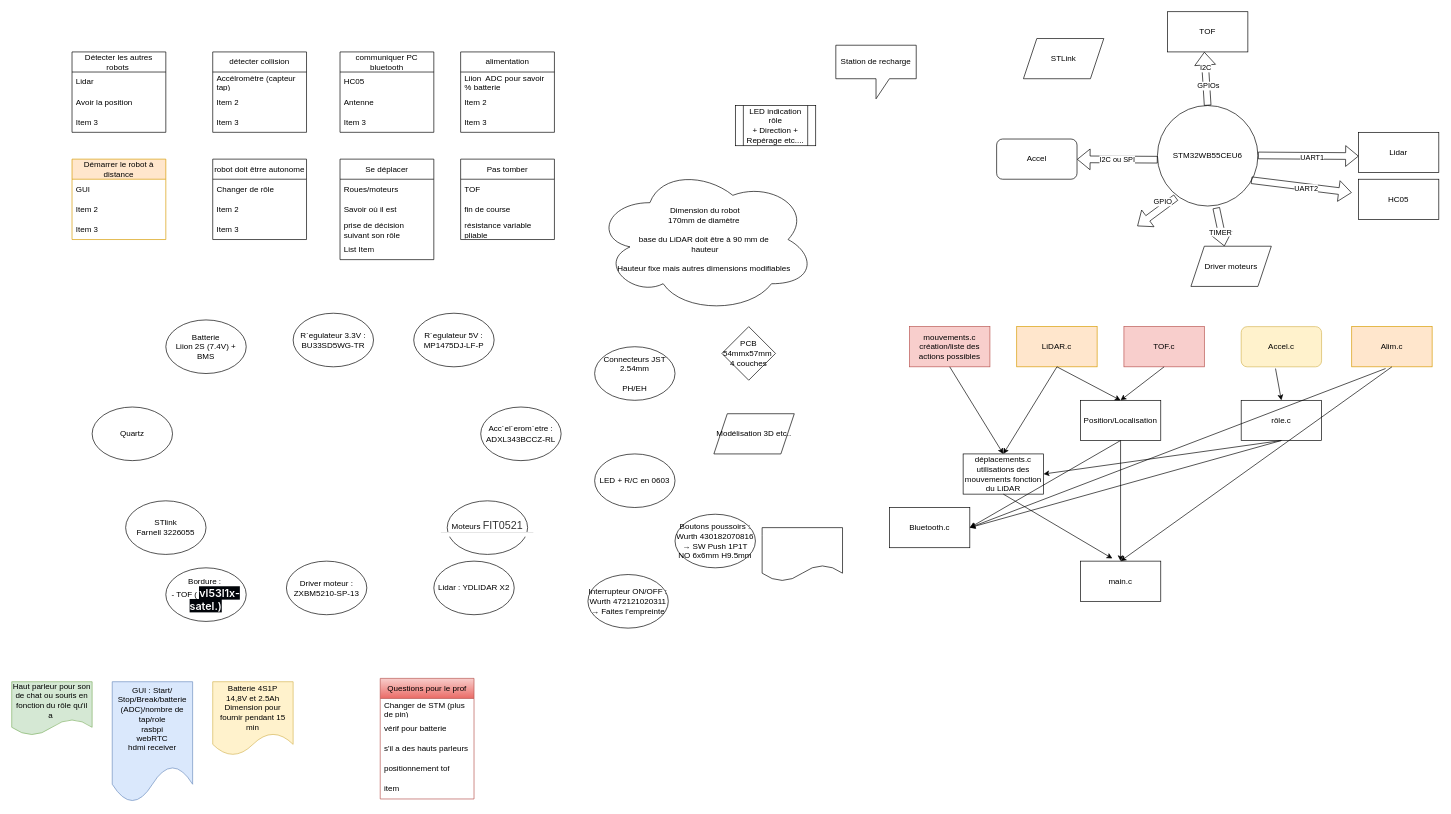
Earlier version of the draw.io diagram Gestion/projet ESE.drawio (FernandesVincent/Projet-ESE-chat-robot). Source tidied: cells renumbered, new cells numbered last; positions are measured from the earlier drawing's top-left corner, leaving out a move shared by most shapes. Both pictures are drawn from the tidied source at 67%, with x=0, y=0 at pixel (11, 11).
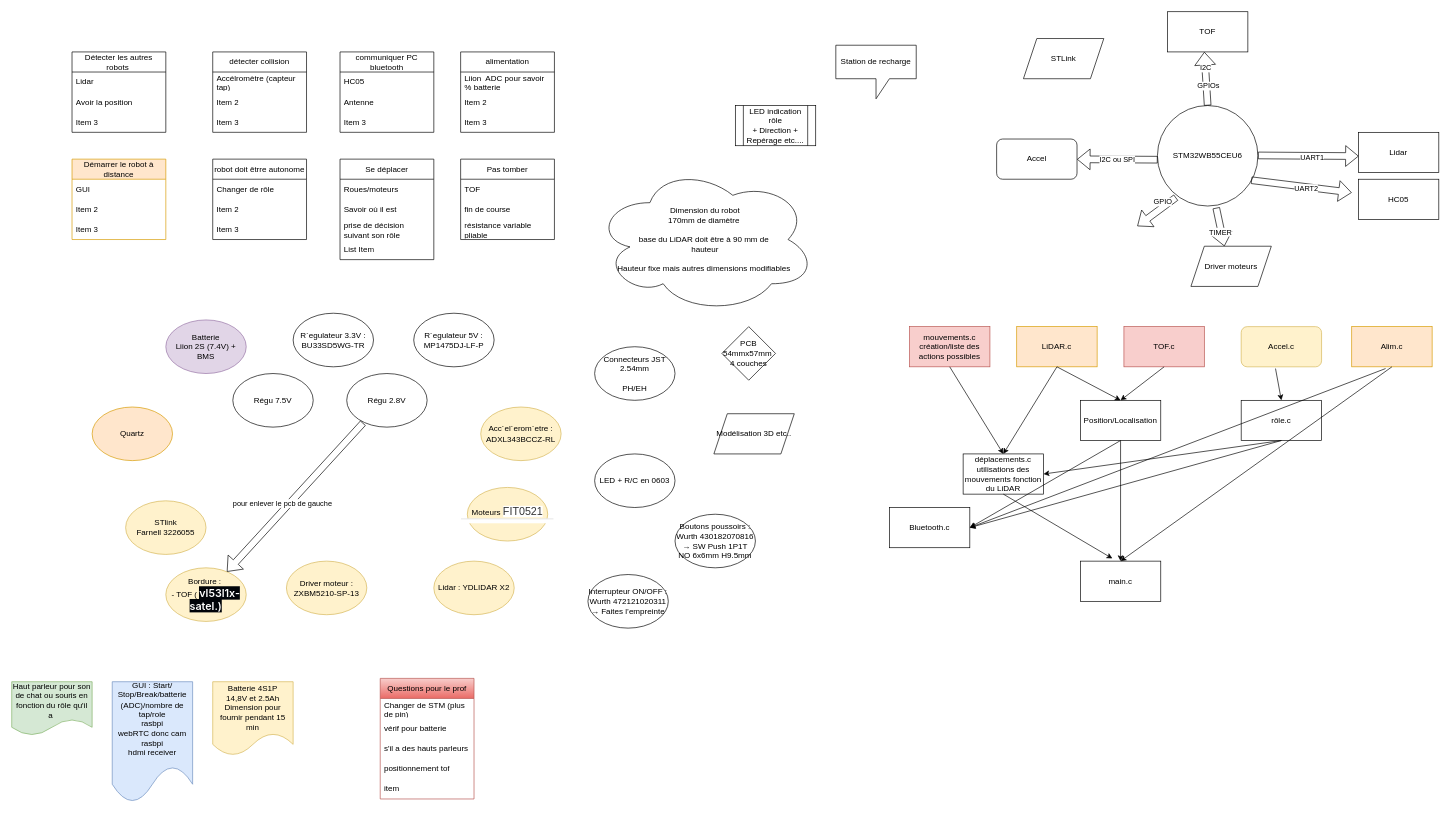
The same diagram, later.

Commit message:
Mettre à jour projet ESE.drawio

Change to the diagram source:
```diff
@@
-    <mxCell id="36" value="Quartz" style="ellipse;whiteSpace=wrap;html=1;" parent="1" vertex="1">
+    <mxCell id="36" value="Quartz" style="ellipse;whiteSpace=wrap;html=1;fillColor=#ffe6cc;strokeColor=#d79b00;" parent="1" vertex="1">
       <mxGeometry x="120" y="590" width="120" height="80" as="geometry" />
     </mxCell>
-    <mxCell id="37" value="STlink&lt;br&gt;Farnell 3226055" style="ellipse;whiteSpace=wrap;html=1;" parent="1" vertex="1">
+    <mxCell id="37" value="STlink&lt;br&gt;Farnell 3226055" style="ellipse;whiteSpace=wrap;html=1;fillColor=#fff2cc;strokeColor=#d6b656;" parent="1" vertex="1">
       <mxGeometry x="170" y="730" width="120" height="80" as="geometry" />
     </mxCell>
-    <mxCell id="38" value="Driver moteur : ZXBM5210-SP-13" style="ellipse;whiteSpace=wrap;html=1;" parent="1" vertex="1">
+    <mxCell id="38" value="Driver moteur : ZXBM5210-SP-13" style="ellipse;whiteSpace=wrap;html=1;fillColor=#fff2cc;strokeColor=#d6b656;" parent="1" vertex="1">
       <mxGeometry x="410" y="820" width="120" height="80" as="geometry" />
     </mxCell>
-    <mxCell id="39" value="Moteurs&amp;nbsp;&lt;span style=&quot;background-color: rgb(255, 255, 255); color: rgb(51, 51, 51); font-family: Arial, Helvetica, sans-serif; font-size: 16px; text-align: left;&quot;&gt;FIT0521&lt;/span&gt;&lt;h2 style=&quot;box-sizing: border-box; margin: 0px -16px; font-weight: 500; line-height: 1.5rem; font-size: 1rem; display: flex; flex-wrap: wrap; border-top: 1px solid rgb(217, 217, 217); padding-top: 3px; padding-bottom: 3px; color: rgb(51, 51, 51); font-family: Arial, Helvetica, sans-serif; text-align: left; background-color: rgb(255, 255, 255);&quot; class=&quot;row bs-border-top h2-to-div&quot;&gt;&lt;/h2&gt;" style="ellipse;whiteSpace=wrap;html=1;" parent="1" vertex="1">
-      <mxGeometry x="650" y="730" width="120" height="80" as="geometry" />
+    <mxCell id="39" value="Moteurs&amp;nbsp;&lt;span style=&quot;background-color: rgb(255, 255, 255); color: rgb(51, 51, 51); font-family: Arial, Helvetica, sans-serif; font-size: 16px; text-align: left;&quot;&gt;FIT0521&lt;/span&gt;&lt;h2 style=&quot;box-sizing: border-box; margin: 0px -16px; font-weight: 500; line-height: 1.5rem; font-size: 1rem; display: flex; flex-wrap: wrap; border-top: 1px solid rgb(217, 217, 217); padding-top: 3px; padding-bottom: 3px; color: rgb(51, 51, 51); font-family: Arial, Helvetica, sans-serif; text-align: left; background-color: rgb(255, 255, 255);&quot; class=&quot;row bs-border-top h2-to-div&quot;&gt;&lt;/h2&gt;" style="ellipse;whiteSpace=wrap;html=1;fillColor=#fff2cc;strokeColor=#d6b656;" parent="1" vertex="1">
+      <mxGeometry x="680" y="710" width="120" height="80" as="geometry" />
     </mxCell>
-    <mxCell id="40" value="Acc´el´erom`etre : ADXL343BCCZ-RL" style="ellipse;whiteSpace=wrap;html=1;" parent="1" vertex="1">
+    <mxCell id="40" value="Acc´el´erom`etre : ADXL343BCCZ-RL" style="ellipse;whiteSpace=wrap;html=1;fillColor=#fff2cc;strokeColor=#d6b656;" parent="1" vertex="1">
       <mxGeometry x="700" y="590" width="120" height="80" as="geometry" />
     </mxCell>
@@
-    <mxCell id="43" value="Batterie&lt;div&gt;Liion 2S (7.4V) + BMS&lt;/div&gt;" style="ellipse;whiteSpace=wrap;html=1;" parent="1" vertex="1">
+    <mxCell id="43" value="Batterie&lt;div&gt;Liion 2S (7.4V) + BMS&lt;/div&gt;" style="ellipse;whiteSpace=wrap;html=1;fillColor=#e1d5e7;strokeColor=#9673a6;" parent="1" vertex="1">
       <mxGeometry x="230" y="460" width="120" height="80" as="geometry" />
     </mxCell>
-    <mxCell id="44" value="Bordure :&amp;nbsp;&lt;div&gt;- TOF (&amp;nbsp;&lt;span style=&quot;background-color: rgb(1, 4, 9); color: rgb(255, 255, 255); font-family: -apple-system, &amp;quot;system-ui&amp;quot;, &amp;quot;Segoe UI&amp;quot;, &amp;quot;Noto Sans&amp;quot;, Helvetica, Arial, sans-serif, &amp;quot;Apple Color Emoji&amp;quot;, &amp;quot;Segoe UI Emoji&amp;quot;; font-size: 16px; font-weight: 600; text-align: start;&quot;&gt;vl53l1x-satel.)&lt;/span&gt;&lt;/div&gt;" style="ellipse;whiteSpace=wrap;html=1;" parent="1" vertex="1">
+    <mxCell id="44" value="Bordure :&amp;nbsp;&lt;div&gt;- TOF (&amp;nbsp;&lt;span style=&quot;background-color: rgb(1, 4, 9); color: rgb(255, 255, 255); font-family: -apple-system, &amp;quot;system-ui&amp;quot;, &amp;quot;Segoe UI&amp;quot;, &amp;quot;Noto Sans&amp;quot;, Helvetica, Arial, sans-serif, &amp;quot;Apple Color Emoji&amp;quot;, &amp;quot;Segoe UI Emoji&amp;quot;; font-size: 16px; font-weight: 600; text-align: start;&quot;&gt;vl53l1x-satel.)&lt;/span&gt;&lt;/div&gt;" style="ellipse;whiteSpace=wrap;html=1;fillColor=#fff2cc;strokeColor=#d6b656;" parent="1" vertex="1">
       <mxGeometry x="230" y="830" width="120" height="80" as="geometry" />
     </mxCell>
-    <mxCell id="45" value="Lidar : YDLIDAR X2" style="ellipse;whiteSpace=wrap;html=1;" parent="1" vertex="1">
+    <mxCell id="45" value="Lidar : YDLIDAR X2" style="ellipse;whiteSpace=wrap;html=1;fillColor=#fff2cc;strokeColor=#d6b656;" parent="1" vertex="1">
       <mxGeometry x="630" y="820" width="120" height="80" as="geometry" />
     </mxCell>
@@
-    <mxCell id="96" value="GUI : Start/ Stop/Break/batterie (ADC)/nombre de tap/role&lt;div&gt;&lt;div&gt;&lt;div&gt;rasbpi&lt;/div&gt;&lt;div&gt;webRTC&lt;/div&gt;&lt;div&gt;hdmi receiver&lt;/div&gt;&lt;div&gt;&lt;br&gt;&lt;/div&gt;&lt;/div&gt;&lt;/div&gt;" style="shape=document;whiteSpace=wrap;html=1;boundedLbl=1;fillColor=#dae8fc;strokeColor=#6c8ebf;" parent="1" vertex="1">
+    <mxCell id="96" value="GUI : Start/ Stop/Break/batterie (ADC)/nombre de tap/role&lt;div&gt;&lt;div&gt;&lt;div&gt;rasbpi&lt;/div&gt;&lt;div&gt;webRTC donc cam rasbpi&lt;/div&gt;&lt;div&gt;hdmi receiver&lt;/div&gt;&lt;div&gt;&lt;br&gt;&lt;/div&gt;&lt;/div&gt;&lt;/div&gt;" style="shape=document;whiteSpace=wrap;html=1;boundedLbl=1;fillColor=#dae8fc;strokeColor=#6c8ebf;" parent="1" vertex="1">
       <mxGeometry x="150" y="1000" width="120" height="180" as="geometry" />
     </mxCell>
-    <mxCell id="97" style="shape=document;whiteSpace=wrap;html=1;boundedLbl=1;" parent="1" vertex="1">
-      <mxGeometry x="1120" y="770" width="120" height="80" as="geometry" />
-    </mxCell>
@@
+    <mxCell id="105" value="Régu 2.8V" style="ellipse;whiteSpace=wrap;html=1;" parent="1" vertex="1">
+      <mxGeometry x="500" y="540" width="120" height="80" as="geometry" />
+    </mxCell>
+    <mxCell id="106" value="Régu 7.5V" style="ellipse;whiteSpace=wrap;html=1;" parent="1" vertex="1">
+      <mxGeometry x="330" y="540" width="120" height="80" as="geometry" />
+    </mxCell>
+    <mxCell id="107" style="shape=flexArrow;endArrow=classic;html=1;rounded=0;exitX=0.204;exitY=0.923;exitDx=0;exitDy=0;exitPerimeter=0;" parent="1" edge="1" source="105" target="44">
+      <mxGeometry relative="1" as="geometry" />
+    </mxCell>
+    <mxCell id="108" value="pour enlever le pcb de gauche" style="edgeLabel;html=1;align=center;verticalAlign=middle;" parent="107" vertex="1">
+      <mxGeometry x="0.13" y="-8" relative="1" as="geometry" />
+    </mxCell>
```
